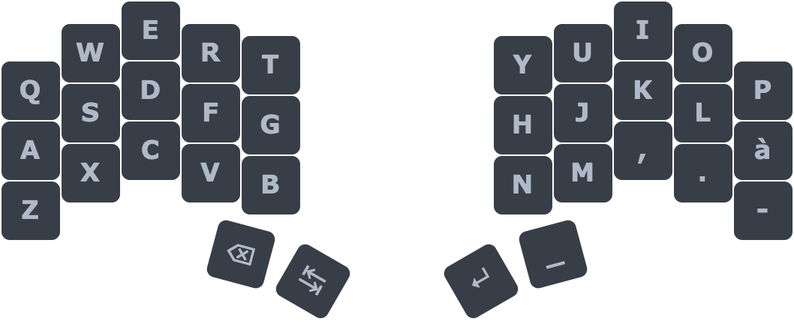
Earlier version of the draw.io export media/miryoku/2_base/miryoku-base-layer.png (mattdibi/eclipsecon-keyboard-talk). Source tidied: cells renumbered, new cells last; positions are measured from the earlier drawing's top-left corner, leaving out a move shared by most shapes.
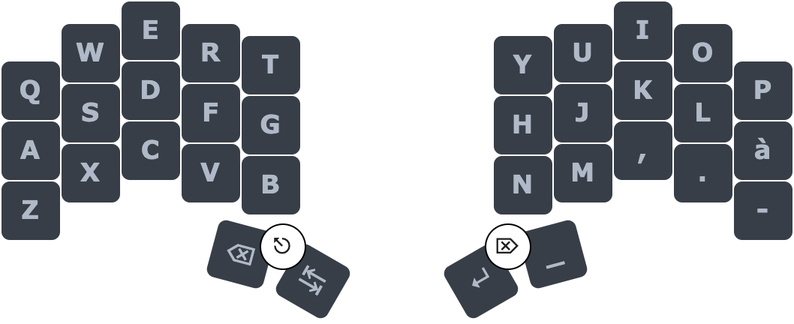
After the change.

What changed in the source:
```diff
@@ -104,5 +104,11 @@
     <mxCell id="35" value="&lt;font style=&quot;font-size: 17px;&quot;&gt;_&lt;/font&gt;" style="whiteSpace=wrap;html=1;rotation=-15;fontSize=17;fontFamily=Verdana;fontStyle=1;fillColor=#383E47;strokeColor=#FFFFFF;fontColor=#AFB9C7;rounded=1;" parent="1" vertex="1">
       <mxGeometry x="348" y="149" width="40" height="40" as="geometry" />
     </mxCell>
+    <mxCell id="36" value="&lt;span style=&quot;color: rgb(32, 33, 34); font-family: sans-serif; font-size: 14px; text-align: start;&quot;&gt;⎋&lt;/span&gt;" style="ellipse;whiteSpace=wrap;html=1;" parent="1" vertex="1">
+      <mxGeometry x="173" y="149" width="30" height="30" as="geometry" />
+    </mxCell>
+    <mxCell id="37" value="&lt;span style=&quot;color: rgb(32, 33, 34); font-family: sans-serif; font-size: 14px; text-align: start;&quot;&gt;⌦&lt;/span&gt;" style="ellipse;whiteSpace=wrap;html=1;" parent="1" vertex="1">
+      <mxGeometry x="323" y="149" width="30" height="30" as="geometry" />
+    </mxCell>
   </root>
 </mxGraphModel>
```
